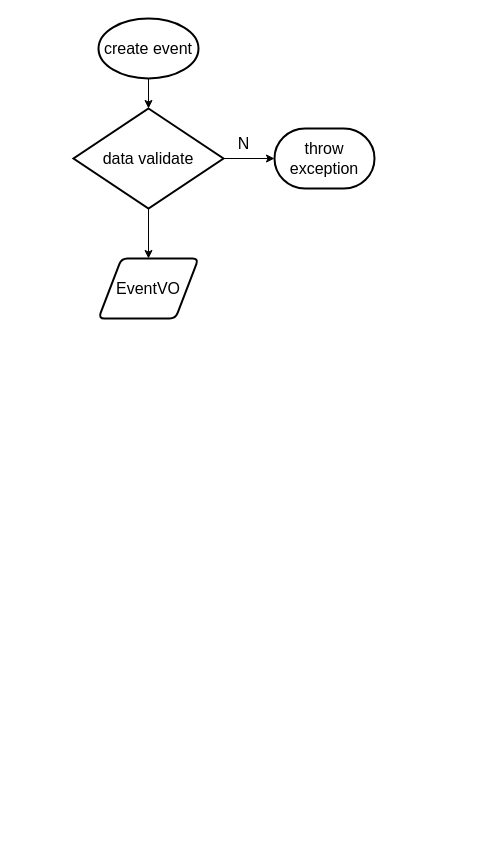
NeverMore93/draw keeps this draw.io diagram as 事件中心/创建事件流程图.drawio. Above is the earlier version. Source tidied: cells renumbered, new cells numbered last; positions are measured from the earlier drawing's top-left corner, leaving out a move shared by most shapes. Both pictures are drawn from the tidied source at 100%, with x=0, y=0 at pixel (73, 18).
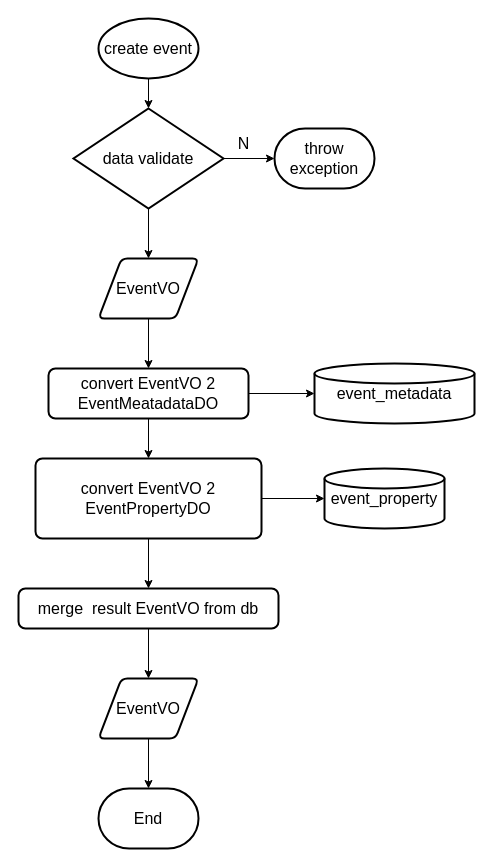
After the change.

Commit message (it also covers changes not shown here):
更新创建事件流程图.drawio

The change refers to these unchanged cells:
```xml
<mxCell id="9" value="EventVO" style="shape=parallelogram;html=1;strokeWidth=2;perimeter=parallelogramPerimeter;whiteSpace=wrap;rounded=1;arcSize=12;size=0.23;fontSize=16;" parent="1" vertex="1">
  <mxGeometry x="25" y="240" width="100" height="60" as="geometry" />
</mxCell>
```

The edit, as a diff of the source:
```diff
@@
+    <mxCell id="10" style="edgeStyle=none;rounded=0;jettySize=auto;html=1;entryX=0.5;entryY=0;entryDx=0;entryDy=0;fontSize=16;" parent="1" edge="1" source="9" target="13">
+      <mxGeometry relative="1" as="geometry" />
+    </mxCell>
@@
+    <mxCell id="11" style="edgeStyle=none;rounded=0;jettySize=auto;html=1;entryX=0;entryY=0.5;entryDx=0;entryDy=0;entryPerimeter=0;fontSize=16;" parent="1" edge="1" source="13" target="14">
+      <mxGeometry relative="1" as="geometry" />
+    </mxCell>
+    <mxCell id="12" style="edgeStyle=none;rounded=0;jettySize=auto;html=1;entryX=0.5;entryY=0;entryDx=0;entryDy=0;fontSize=16;" parent="1" edge="1" source="13" target="17">
+      <mxGeometry relative="1" as="geometry" />
+    </mxCell>
+    <mxCell id="13" value="convert EventVO 2 EventMeatadataDO" style="rounded=1;whiteSpace=wrap;html=1;absoluteArcSize=1;arcSize=14;strokeWidth=2;fontSize=16;" parent="1" vertex="1">
+      <mxGeometry x="-25" y="350" width="200" height="50" as="geometry" />
+    </mxCell>
+    <mxCell id="14" value="event_metadata" style="strokeWidth=2;html=1;shape=mxgraph.flowchart.database;whiteSpace=wrap;fontSize=16;" parent="1" vertex="1">
+      <mxGeometry x="241" y="345" width="160" height="60" as="geometry" />
+    </mxCell>
+    <mxCell id="15" style="edgeStyle=none;rounded=0;jettySize=auto;html=1;entryX=0;entryY=0.5;entryDx=0;entryDy=0;entryPerimeter=0;fontSize=16;" parent="1" edge="1" source="17" target="18">
+      <mxGeometry relative="1" as="geometry" />
+    </mxCell>
+    <mxCell id="16" style="edgeStyle=none;rounded=0;jettySize=auto;html=1;entryX=0.5;entryY=0;entryDx=0;entryDy=0;fontSize=16;" parent="1" edge="1" source="17" target="20">
+      <mxGeometry relative="1" as="geometry" />
+    </mxCell>
+    <mxCell id="17" value="convert EventVO 2 EventPropertyDO" style="rounded=1;whiteSpace=wrap;html=1;absoluteArcSize=1;arcSize=14;strokeWidth=2;fontSize=16;" parent="1" vertex="1">
+      <mxGeometry x="-38" y="440" width="226" height="80" as="geometry" />
+    </mxCell>
+    <mxCell id="18" value="event_property" style="strokeWidth=2;html=1;shape=mxgraph.flowchart.database;whiteSpace=wrap;fontSize=16;" parent="1" vertex="1">
+      <mxGeometry x="251" y="450" width="120" height="60" as="geometry" />
+    </mxCell>
+    <mxCell id="19" style="edgeStyle=none;rounded=0;jettySize=auto;html=1;entryX=0.5;entryY=0;entryDx=0;entryDy=0;fontSize=16;" parent="1" edge="1" source="20" target="22">
+      <mxGeometry relative="1" as="geometry" />
+    </mxCell>
+    <mxCell id="20" value="merge&amp;nbsp; result EventVO from db" style="rounded=1;whiteSpace=wrap;html=1;absoluteArcSize=1;arcSize=14;strokeWidth=2;fontSize=16;" parent="1" vertex="1">
+      <mxGeometry x="-55" y="570" width="260" height="40" as="geometry" />
+    </mxCell>
+    <mxCell id="21" style="edgeStyle=none;rounded=0;jettySize=auto;html=1;entryX=0.5;entryY=0;entryDx=0;entryDy=0;entryPerimeter=0;fontSize=16;" parent="1" edge="1" source="22" target="23">
+      <mxGeometry relative="1" as="geometry" />
+    </mxCell>
+    <mxCell id="22" value="EventVO" style="shape=parallelogram;html=1;strokeWidth=2;perimeter=parallelogramPerimeter;whiteSpace=wrap;rounded=1;arcSize=12;size=0.23;fontSize=16;" parent="1" vertex="1">
+      <mxGeometry x="25" y="660" width="100" height="60" as="geometry" />
+    </mxCell>
+    <mxCell id="23" value="End" style="strokeWidth=2;html=1;shape=mxgraph.flowchart.terminator;whiteSpace=wrap;fontSize=16;" parent="1" vertex="1">
+      <mxGeometry x="25" y="770" width="100" height="60" as="geometry" />
+    </mxCell>
```
